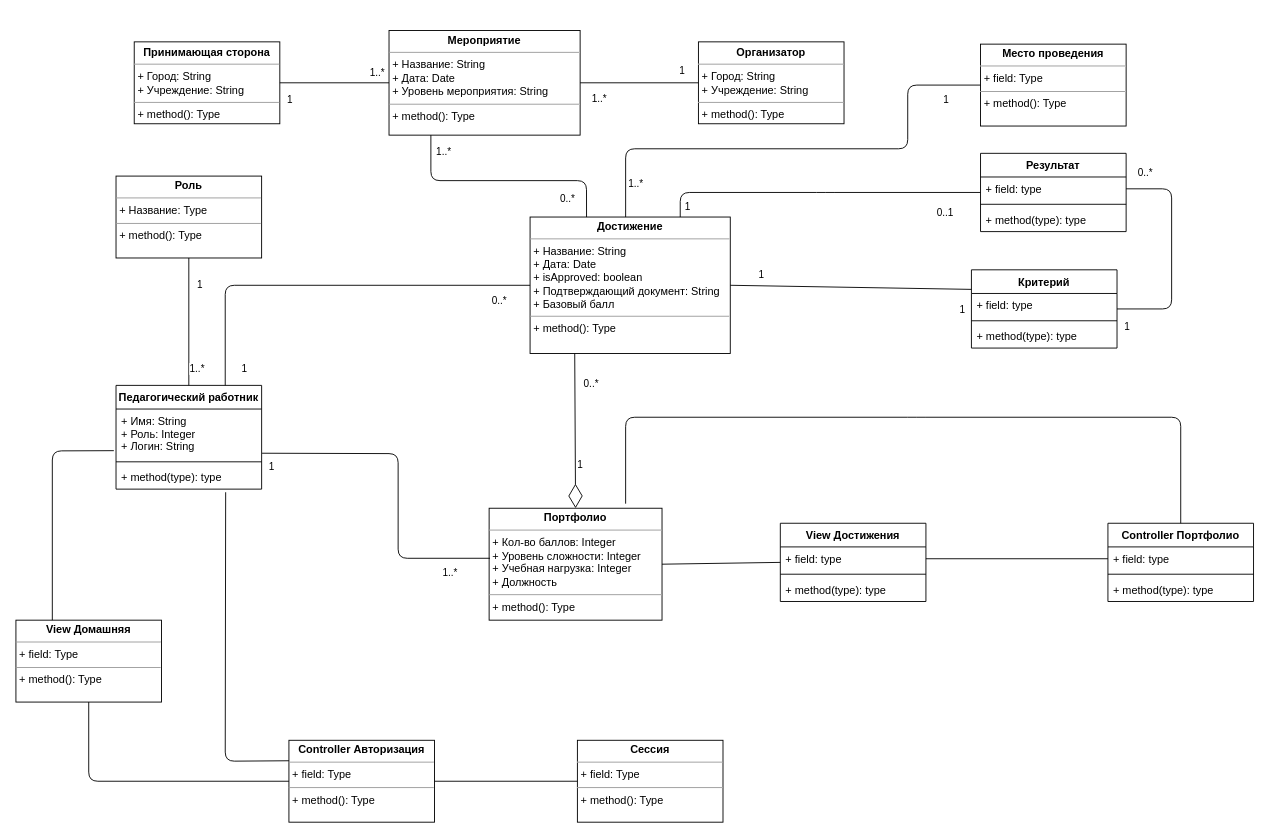
Alexk80/keywords keeps this draw.io diagram as page "Page-2" (2 of 2) of Диаграмма классов.drawio. Above is the earlier version. Source tidied: cells renumbered, new cells numbered last; positions are measured from the earlier drawing's top-left corner, leaving out a move shared by most shapes. Both pictures are drawn from the tidied source at 91%, with x=0, y=0 at pixel (15, 30).
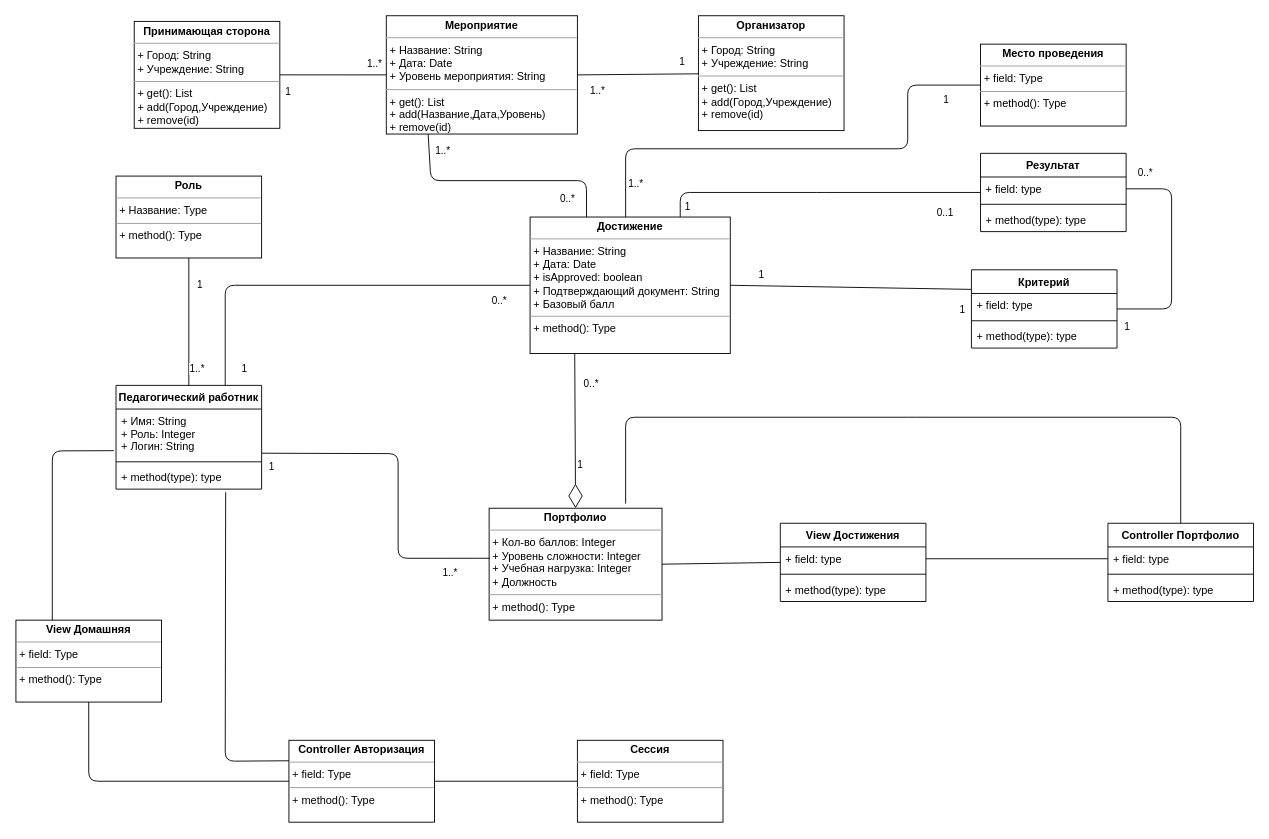
Above is the later version.

What changed in the source:
```diff
@@
-    <mxCell id="6" value="&lt;p style=&quot;margin: 0px ; margin-top: 4px ; text-align: center&quot;&gt;&lt;b&gt;Мероприятие&lt;/b&gt;&lt;br&gt;&lt;/p&gt;&lt;hr size=&quot;1&quot;&gt;&lt;p style=&quot;margin: 0px ; margin-left: 4px&quot;&gt;+ Название: String&lt;/p&gt;&lt;p style=&quot;margin: 0px ; margin-left: 4px&quot;&gt;+ Дата: Date&lt;br&gt;&lt;/p&gt;&lt;p style=&quot;margin: 0px ; margin-left: 4px&quot;&gt;+ Уровень мероприятия: String&lt;br&gt;&lt;/p&gt;&lt;hr size=&quot;1&quot;&gt;&lt;p style=&quot;margin: 0px ; margin-left: 4px&quot;&gt;+ method(): Type&lt;/p&gt;" style="verticalAlign=top;align=left;overflow=fill;fontSize=12;fontFamily=Helvetica;html=1;" parent="1" vertex="1">
-      <mxGeometry x="410" width="210" height="115" as="geometry" />
+    <mxCell id="6" value="&lt;p style=&quot;margin: 0px ; margin-top: 4px ; text-align: center&quot;&gt;&lt;b&gt;Мероприятие&lt;/b&gt;&lt;br&gt;&lt;/p&gt;&lt;hr size=&quot;1&quot;&gt;&lt;p style=&quot;margin: 0px ; margin-left: 4px&quot;&gt;+ Название: String&lt;/p&gt;&lt;p style=&quot;margin: 0px ; margin-left: 4px&quot;&gt;+ Дата: Date&lt;br&gt;&lt;/p&gt;&lt;p style=&quot;margin: 0px ; margin-left: 4px&quot;&gt;+ Уровень мероприятия: String&lt;br&gt;&lt;/p&gt;&lt;hr size=&quot;1&quot;&gt;&lt;p style=&quot;margin: 0px 0px 0px 4px&quot;&gt;+ get(): List&lt;/p&gt;&lt;p style=&quot;margin: 0px 0px 0px 4px&quot;&gt;+ add(Название,Дата,Уровень)&lt;/p&gt;&lt;p style=&quot;margin: 0px 0px 0px 4px&quot;&gt;+ remove(id)&lt;/p&gt;" style="verticalAlign=top;align=left;overflow=fill;fontSize=12;fontFamily=Helvetica;html=1;" parent="1" vertex="1">
+      <mxGeometry x="407" y="-16.2" width="210" height="130" as="geometry" />
     </mxCell>
-    <mxCell id="7" value="&lt;p style=&quot;margin: 0px ; margin-top: 4px ; text-align: center&quot;&gt;&lt;b&gt;Организатор&lt;/b&gt;&lt;br&gt;&lt;/p&gt;&lt;hr size=&quot;1&quot;&gt;&lt;p style=&quot;margin: 0px ; margin-left: 4px&quot;&gt;+ Город: String&lt;br&gt;&lt;/p&gt;&lt;p style=&quot;margin: 0px ; margin-left: 4px&quot;&gt;+ Учреждение: String&lt;br&gt;&lt;/p&gt;&lt;hr size=&quot;1&quot;&gt;&lt;p style=&quot;margin: 0px ; margin-left: 4px&quot;&gt;+ method(): Type&lt;/p&gt;" style="verticalAlign=top;align=left;overflow=fill;fontSize=12;fontFamily=Helvetica;html=1;" parent="1" vertex="1">
-      <mxGeometry x="750" y="12.5" width="160" height="90" as="geometry" />
+    <mxCell id="7" value="&lt;p style=&quot;margin: 0px ; margin-top: 4px ; text-align: center&quot;&gt;&lt;b&gt;Организатор&lt;/b&gt;&lt;br&gt;&lt;/p&gt;&lt;hr size=&quot;1&quot;&gt;&lt;p style=&quot;margin: 0px ; margin-left: 4px&quot;&gt;+ Город: String&lt;br&gt;&lt;/p&gt;&lt;p style=&quot;margin: 0px ; margin-left: 4px&quot;&gt;+ Учреждение: String&lt;br&gt;&lt;/p&gt;&lt;hr size=&quot;1&quot;&gt;&lt;p style=&quot;margin: 0px 0px 0px 4px&quot;&gt;+ get(): List&lt;/p&gt;&lt;p style=&quot;margin: 0px 0px 0px 4px&quot;&gt;+ add(Город,Учреждение)&lt;/p&gt;&lt;p style=&quot;margin: 0px 0px 0px 4px&quot;&gt;+ remove(id)&lt;/p&gt;" style="verticalAlign=top;align=left;overflow=fill;fontSize=12;fontFamily=Helvetica;html=1;" parent="1" vertex="1">
+      <mxGeometry x="750" y="-16.2" width="160" height="126.2" as="geometry" />
     </mxCell>
@@
-    <mxCell id="23" value="&lt;p style=&quot;margin: 0px ; margin-top: 4px ; text-align: center&quot;&gt;&lt;b&gt;Принимающая сторона&lt;/b&gt;&lt;br&gt;&lt;/p&gt;&lt;hr size=&quot;1&quot;&gt;&lt;p style=&quot;margin: 0px ; margin-left: 4px&quot;&gt;+ Город: String&lt;/p&gt;&lt;p style=&quot;margin: 0px ; margin-left: 4px&quot;&gt;+ Учреждение: String&lt;br&gt;&lt;/p&gt;&lt;hr size=&quot;1&quot;&gt;&lt;p style=&quot;margin: 0px ; margin-left: 4px&quot;&gt;+ method(): Type&lt;/p&gt;" style="verticalAlign=top;align=left;overflow=fill;fontSize=12;fontFamily=Helvetica;html=1;" parent="1" vertex="1">
-      <mxGeometry x="130" y="12.5" width="160" height="90" as="geometry" />
+    <mxCell id="23" value="&lt;p style=&quot;margin: 0px ; margin-top: 4px ; text-align: center&quot;&gt;&lt;b&gt;Принимающая сторона&lt;/b&gt;&lt;br&gt;&lt;/p&gt;&lt;hr size=&quot;1&quot;&gt;&lt;p style=&quot;margin: 0px ; margin-left: 4px&quot;&gt;+ Город: String&lt;/p&gt;&lt;p style=&quot;margin: 0px ; margin-left: 4px&quot;&gt;+ Учреждение: String&lt;br&gt;&lt;/p&gt;&lt;hr size=&quot;1&quot;&gt;&lt;p style=&quot;margin: 0px ; margin-left: 4px&quot;&gt;+ get(): List&lt;/p&gt;&lt;p style=&quot;margin: 0px ; margin-left: 4px&quot;&gt;+ add(Город,Учреждение)&lt;/p&gt;&lt;p style=&quot;margin: 0px ; margin-left: 4px&quot;&gt;+ remove(id)&lt;/p&gt;" style="verticalAlign=top;align=left;overflow=fill;fontSize=12;fontFamily=Helvetica;html=1;" parent="1" vertex="1">
+      <mxGeometry x="130" y="-10" width="160" height="117.5" as="geometry" />
     </mxCell>
```
